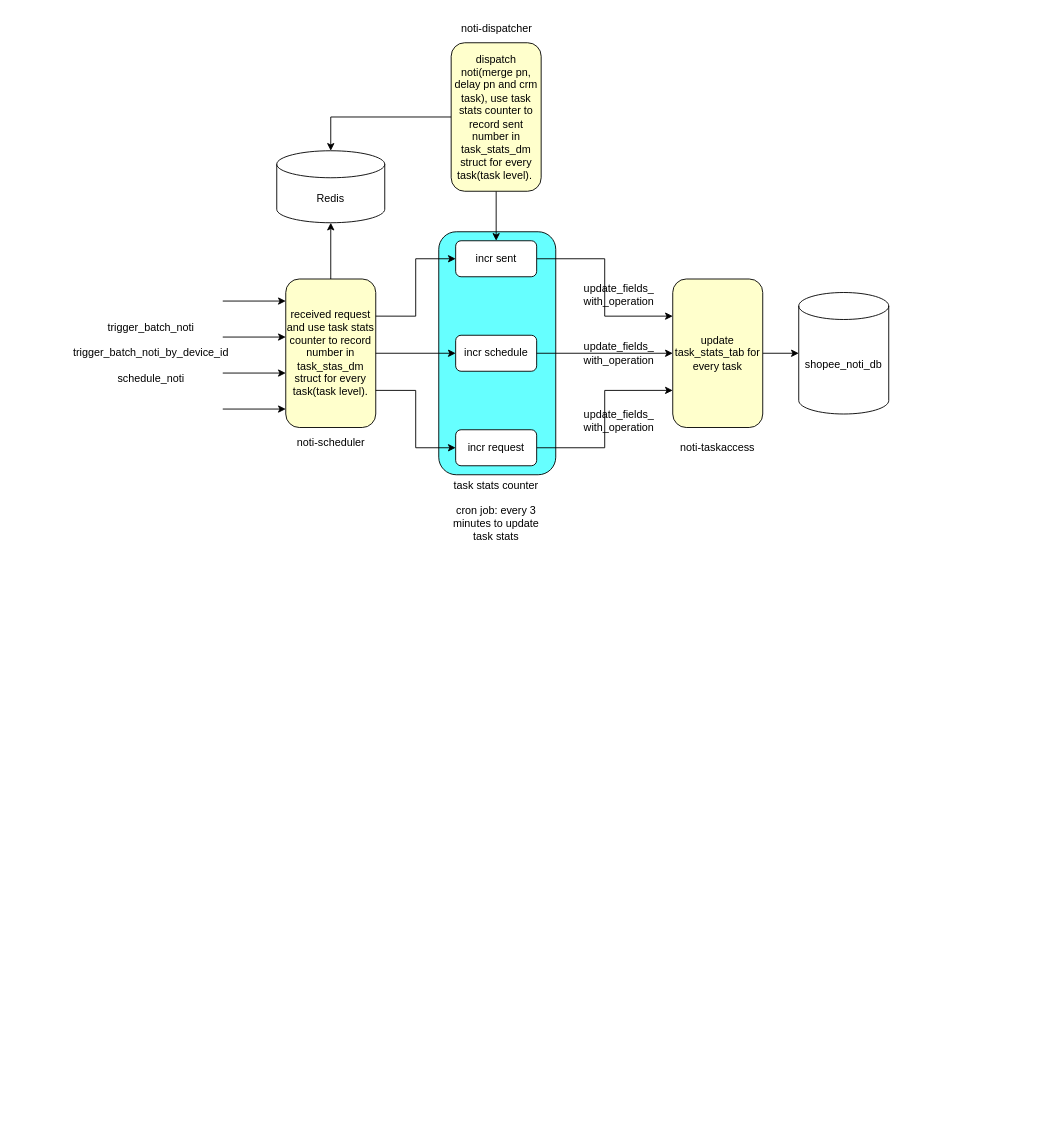
This is task stats work flow.drawio from zzw55486402/20200626, a draw.io file, before an edit. Source tidied: cells renumbered, new cells numbered last; positions are measured from the earlier drawing's top-left corner, leaving out a move shared by most shapes. Both pictures are drawn from the tidied source at 90%, with x=0, y=0 at pixel (60, 15).
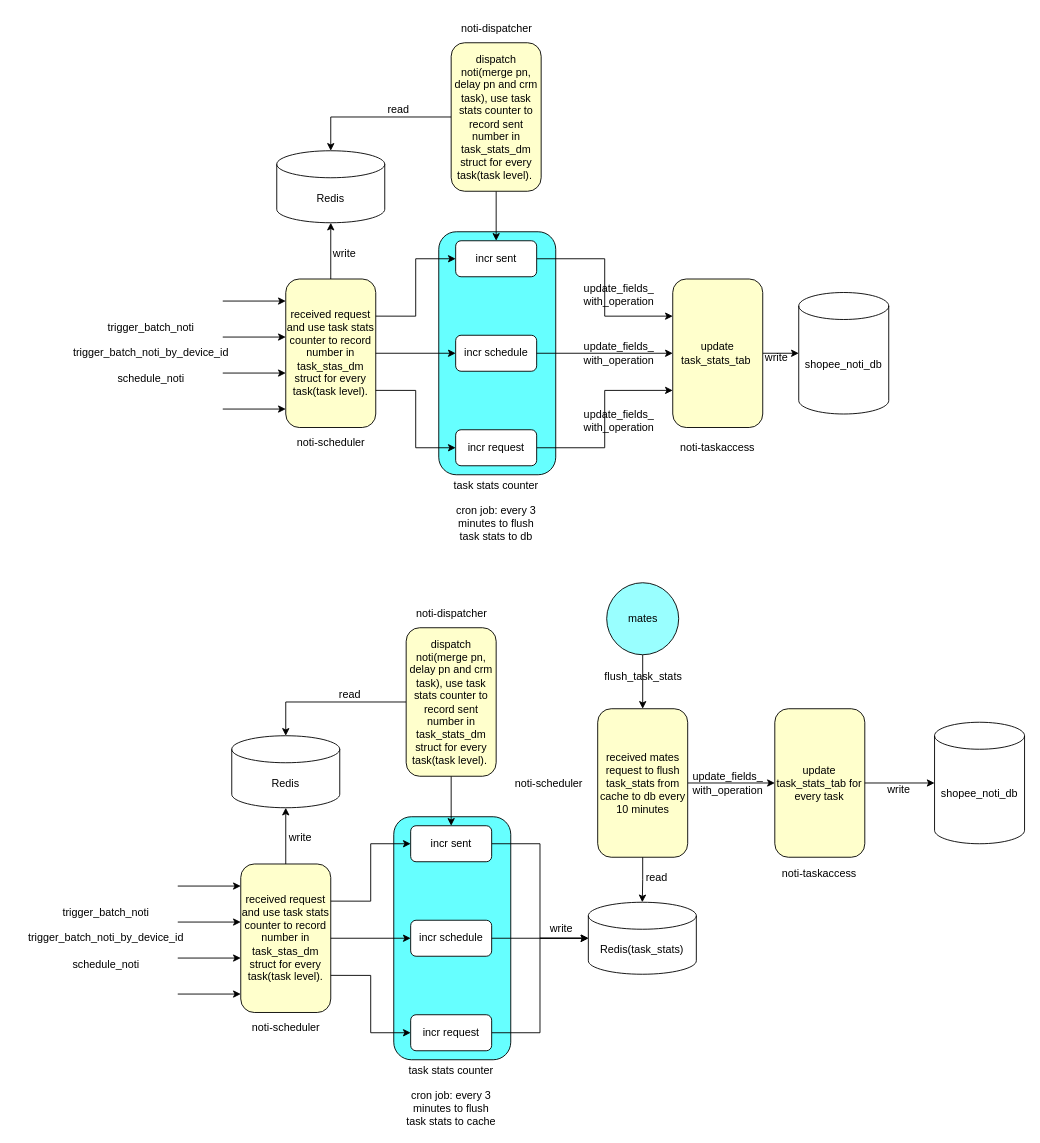
The same diagram, later.

The edit, as a diff of the source:
```diff
@@
-    <mxCell id="14" value="task stats counter&lt;br&gt;&lt;br&gt;cron job: every 3 minutes to update task stats" style="text;html=1;strokeColor=none;fillColor=none;align=center;verticalAlign=middle;whiteSpace=wrap;rounded=0;" parent="1" vertex="1">
+    <mxCell id="14" value="task stats counter&lt;br&gt;&lt;br&gt;cron job: every 3 minutes to flush task stats to db" style="text;html=1;strokeColor=none;fillColor=none;align=center;verticalAlign=middle;whiteSpace=wrap;rounded=0;" parent="1" vertex="1">
       <mxGeometry x="430" y="520" width="107.5" height="60" as="geometry" />
     </mxCell>
@@
-    <mxCell id="27" value="update task_stats_tab for every task" style="rounded=1;whiteSpace=wrap;html=1;fillColor=#FFFFCC;" parent="1" vertex="1">
+    <mxCell id="27" value="update task_stats_tab&amp;nbsp;" style="rounded=1;whiteSpace=wrap;html=1;fillColor=#FFFFCC;" parent="1" vertex="1">
       <mxGeometry x="680" y="292.5" width="100" height="165" as="geometry" />
     </mxCell>
@@
+    <mxCell id="33" value="received request and use task stats counter to record number in task_stas_dm struct for every task(task level)." style="rounded=1;whiteSpace=wrap;html=1;fillColor=#FFFFCC;" parent="1" vertex="1">
+      <mxGeometry x="200" y="942.5" width="100" height="165" as="geometry" />
+    </mxCell>
+    <mxCell id="34" value="noti-scheduler" style="text;html=1;align=center;verticalAlign=middle;strokeColor=none;fillColor=none;" parent="1" vertex="1">
+      <mxGeometry x="200" y="1110" width="100" height="30" as="geometry" />
+    </mxCell>
+    <mxCell id="35" value="noti-dispatcher" style="text;html=1;align=center;verticalAlign=middle;strokeColor=none;fillColor=none;" parent="1" vertex="1">
+      <mxGeometry x="383.8" y="650" width="100" height="30" as="geometry" />
+    </mxCell>
+    <mxCell id="36" style="endArrow=classic;html=1;rounded=0;" parent="1" edge="1">
+      <mxGeometry relative="1" as="geometry">
+        <mxPoint x="130" y="1047" as="sourcePoint" />
+        <mxPoint x="200" y="1047" as="targetPoint" />
+      </mxGeometry>
+    </mxCell>
+    <mxCell id="37" style="endArrow=classic;html=1;rounded=0;" parent="1" edge="1">
+      <mxGeometry relative="1" as="geometry">
+        <mxPoint x="130" y="1087" as="sourcePoint" />
+        <mxPoint x="200" y="1087" as="targetPoint" />
+      </mxGeometry>
+    </mxCell>
+    <mxCell id="38" style="endArrow=classic;html=1;rounded=0;" parent="1" edge="1">
+      <mxGeometry relative="1" as="geometry">
+        <mxPoint x="130" y="967" as="sourcePoint" />
+        <mxPoint x="200" y="967" as="targetPoint" />
+      </mxGeometry>
+    </mxCell>
+    <mxCell id="39" style="endArrow=classic;html=1;rounded=0;" parent="1" edge="1">
+      <mxGeometry relative="1" as="geometry">
+        <mxPoint x="130" y="1007" as="sourcePoint" />
+        <mxPoint x="200" y="1007" as="targetPoint" />
+      </mxGeometry>
+    </mxCell>
+    <mxCell id="40" value="trigger_batch_noti&lt;br&gt;&lt;br&gt;trigger_batch_noti_by_device_id&lt;br&gt;&lt;br&gt;schedule_noti" style="text;html=1;align=center;verticalAlign=middle;strokeColor=none;fillColor=none;" parent="1" vertex="1">
+      <mxGeometry x="-50" y="980" width="200" height="90" as="geometry" />
+    </mxCell>
+    <mxCell id="41" style="rounded=1;whiteSpace=wrap;html=1;fillColor=#66FFFF;" parent="1" vertex="1">
+      <mxGeometry x="370" y="890" width="130" height="270" as="geometry" />
+    </mxCell>
+    <mxCell id="42" value="task stats counter&lt;br&gt;&lt;br&gt;cron job: every 3 minutes to flush task stats to cache" style="text;html=1;strokeColor=none;fillColor=none;align=center;verticalAlign=middle;whiteSpace=wrap;rounded=0;" parent="1" vertex="1">
+      <mxGeometry x="380" y="1170" width="107.5" height="60" as="geometry" />
+    </mxCell>
+    <mxCell id="43" style="edgeStyle=orthogonalEdgeStyle;rounded=0;jettySize=auto;html=1;exitX=1;exitY=0.5;exitDx=0;exitDy=0;entryX=0;entryY=0.5;entryDx=0;entryDy=0;entryPerimeter=0;" parent="1" edge="1" source="44" target="57">
+      <mxGeometry relative="1" as="geometry" />
+    </mxCell>
+    <mxCell id="44" value="incr sent" style="rounded=1;whiteSpace=wrap;html=1;" parent="1" vertex="1">
+      <mxGeometry x="388.8" y="900" width="90" height="40" as="geometry" />
+    </mxCell>
+    <mxCell id="45" value="incr schedule" style="rounded=1;whiteSpace=wrap;html=1;" parent="1" vertex="1">
+      <mxGeometry x="388.8" y="1005" width="90" height="40" as="geometry" />
+    </mxCell>
+    <mxCell id="46" style="edgeStyle=orthogonalEdgeStyle;rounded=0;jettySize=auto;html=1;exitX=1;exitY=0.5;exitDx=0;exitDy=0;entryX=0;entryY=0.5;entryDx=0;entryDy=0;entryPerimeter=0;" parent="1" edge="1" source="47" target="57">
+      <mxGeometry relative="1" as="geometry" />
+    </mxCell>
+    <mxCell id="47" value="incr request" style="rounded=1;whiteSpace=wrap;html=1;" parent="1" vertex="1">
+      <mxGeometry x="388.8" y="1110" width="90" height="40" as="geometry" />
+    </mxCell>
+    <mxCell id="48" style="endArrow=classic;html=1;rounded=0;exitX=1;exitY=0.5;exitDx=0;exitDy=0;entryX=0;entryY=0.5;entryDx=0;entryDy=0;entryPerimeter=0;" parent="1" edge="1" source="45" target="57">
+      <mxGeometry relative="1" as="geometry" />
+    </mxCell>
+    <mxCell id="49" value="Redis" style="shape=cylinder3;whiteSpace=wrap;html=1;boundedLbl=1;backgroundOutline=1;size=15;" parent="1" vertex="1">
+      <mxGeometry x="190" y="800" width="120" height="80" as="geometry" />
+    </mxCell>
+    <mxCell id="50" style="edgeStyle=orthogonalEdgeStyle;rounded=0;jettySize=auto;html=1;exitX=0.5;exitY=0;exitDx=0;exitDy=0;entryX=0.5;entryY=1;entryDx=0;entryDy=0;entryPerimeter=0;" parent="1" edge="1" source="33" target="49">
+      <mxGeometry relative="1" as="geometry" />
+    </mxCell>
+    <mxCell id="51" style="edgeStyle=orthogonalEdgeStyle;rounded=0;jettySize=auto;html=1;exitX=0;exitY=0.5;exitDx=0;exitDy=0;entryX=0.5;entryY=0;entryDx=0;entryDy=0;entryPerimeter=0;" parent="1" edge="1" source="53" target="49">
+      <mxGeometry relative="1" as="geometry" />
+    </mxCell>
+    <mxCell id="52" style="edgeStyle=orthogonalEdgeStyle;rounded=0;jettySize=auto;html=1;exitX=0.5;exitY=1;exitDx=0;exitDy=0;" parent="1" edge="1" source="53" target="44">
+      <mxGeometry relative="1" as="geometry" />
+    </mxCell>
+    <mxCell id="53" value="dispatch noti(merge pn, delay pn and crm task), use task stats counter to record sent number in task_stats_dm struct for every task(task level).&amp;nbsp;" style="rounded=1;whiteSpace=wrap;html=1;fillColor=#FFFFCC;" parent="1" vertex="1">
+      <mxGeometry x="383.8" y="680" width="100" height="165" as="geometry" />
+    </mxCell>
+    <mxCell id="54" style="edgeStyle=orthogonalEdgeStyle;rounded=0;jettySize=auto;html=1;exitX=1;exitY=0.25;exitDx=0;exitDy=0;entryX=0;entryY=0.5;entryDx=0;entryDy=0;" parent="1" edge="1" source="33" target="44">
+      <mxGeometry relative="1" as="geometry" />
+    </mxCell>
+    <mxCell id="55" style="edgeStyle=orthogonalEdgeStyle;rounded=0;jettySize=auto;html=1;exitX=1;exitY=0.75;exitDx=0;exitDy=0;entryX=0;entryY=0.5;entryDx=0;entryDy=0;" parent="1" edge="1" source="33" target="47">
+      <mxGeometry relative="1" as="geometry" />
+    </mxCell>
+    <mxCell id="56" style="edgeStyle=orthogonalEdgeStyle;rounded=0;jettySize=auto;html=1;exitX=1;exitY=0.5;exitDx=0;exitDy=0;entryX=0;entryY=0.5;entryDx=0;entryDy=0;" parent="1" edge="1" source="33" target="45">
+      <mxGeometry relative="1" as="geometry" />
+    </mxCell>
+    <mxCell id="57" value="Redis(task_stats)" style="shape=cylinder3;whiteSpace=wrap;html=1;boundedLbl=1;backgroundOutline=1;size=15;" parent="1" vertex="1">
+      <mxGeometry x="586.2" y="985" width="120" height="80" as="geometry" />
+    </mxCell>
+    <mxCell id="58" style="edgeStyle=orthogonalEdgeStyle;rounded=0;jettySize=auto;html=1;exitX=1;exitY=0.5;exitDx=0;exitDy=0;entryX=0;entryY=0.5;entryDx=0;entryDy=0;" parent="1" edge="1" source="59" target="71">
+      <mxGeometry relative="1" as="geometry" />
+    </mxCell>
+    <mxCell id="59" value="received mates request to flush task_stats from cache to db every 10 minutes" style="rounded=1;whiteSpace=wrap;html=1;fillColor=#FFFFCC;" parent="1" vertex="1">
+      <mxGeometry x="596.6" y="770" width="100" height="165" as="geometry" />
+    </mxCell>
+    <mxCell id="60" value="noti-scheduler" style="text;html=1;align=center;verticalAlign=middle;strokeColor=none;fillColor=none;" parent="1" vertex="1">
+      <mxGeometry x="491.6" y="837.5" width="100" height="30" as="geometry" />
+    </mxCell>
+    <mxCell id="61" value="flush_task_stats" style="text;html=1;align=center;verticalAlign=middle;strokeColor=none;fillColor=none;" parent="1" vertex="1">
+      <mxGeometry x="591.6" y="720" width="110" height="30" as="geometry" />
+    </mxCell>
+    <mxCell id="62" style="edgeStyle=orthogonalEdgeStyle;rounded=0;jettySize=auto;html=1;exitX=0.5;exitY=1;exitDx=0;exitDy=0;" parent="1" edge="1" source="63" target="59">
+      <mxGeometry relative="1" as="geometry" />
+    </mxCell>
+    <mxCell id="63" value="mates" style="ellipse;whiteSpace=wrap;html=1;fillColor=#99FFFF;" parent="1" vertex="1">
+      <mxGeometry x="606.6" y="630" width="80" height="80" as="geometry" />
+    </mxCell>
+    <mxCell id="64" value="write" style="text;html=1;align=center;verticalAlign=middle;strokeColor=none;fillColor=none;" parent="1" vertex="1">
+      <mxGeometry x="531.2" y="1000" width="50" height="30" as="geometry" />
+    </mxCell>
+    <mxCell id="65" value="write" style="text;html=1;align=center;verticalAlign=middle;strokeColor=none;fillColor=none;" parent="1" vertex="1">
+      <mxGeometry x="241.2" y="898" width="50" height="30" as="geometry" />
+    </mxCell>
+    <mxCell id="66" value="read" style="text;html=1;align=center;verticalAlign=middle;strokeColor=none;fillColor=none;" parent="1" vertex="1">
+      <mxGeometry x="296.2" y="740" width="50" height="30" as="geometry" />
+    </mxCell>
+    <mxCell id="67" value="write" style="text;html=1;align=center;verticalAlign=middle;strokeColor=none;fillColor=none;" parent="1" vertex="1">
+      <mxGeometry x="290" y="250" width="50" height="30" as="geometry" />
+    </mxCell>
+    <mxCell id="68" value="read" style="text;html=1;align=center;verticalAlign=middle;strokeColor=none;fillColor=none;" parent="1" vertex="1">
+      <mxGeometry x="350" y="90" width="50" height="30" as="geometry" />
+    </mxCell>
+    <mxCell id="69" value="write" style="text;html=1;align=center;verticalAlign=middle;strokeColor=none;fillColor=none;" parent="1" vertex="1">
+      <mxGeometry x="770" y="365" width="50" height="30" as="geometry" />
+    </mxCell>
+    <mxCell id="70" value="shopee_noti_db" style="shape=cylinder3;whiteSpace=wrap;html=1;boundedLbl=1;backgroundOutline=1;size=15;" parent="1" vertex="1">
+      <mxGeometry x="970.9" y="785" width="100" height="135" as="geometry" />
+    </mxCell>
+    <mxCell id="71" value="update task_stats_tab for every task" style="rounded=1;whiteSpace=wrap;html=1;fillColor=#FFFFCC;" parent="1" vertex="1">
+      <mxGeometry x="793.4" y="770" width="100" height="165" as="geometry" />
+    </mxCell>
+    <mxCell id="72" style="edgeStyle=orthogonalEdgeStyle;rounded=0;jettySize=auto;html=1;exitX=1;exitY=0.5;exitDx=0;exitDy=0;entryX=0;entryY=0.5;entryDx=0;entryDy=0;entryPerimeter=0;" parent="1" edge="1" source="71" target="70">
+      <mxGeometry relative="1" as="geometry" />
+    </mxCell>
+    <mxCell id="73" value="write" style="text;html=1;align=center;verticalAlign=middle;strokeColor=none;fillColor=none;" parent="1" vertex="1">
+      <mxGeometry x="906.2" y="845" width="50" height="30" as="geometry" />
+    </mxCell>
+    <mxCell id="74" value="update_fields_&lt;br&gt;with_operation" style="text;html=1;align=center;verticalAlign=middle;strokeColor=none;fillColor=none;" parent="1" vertex="1">
+      <mxGeometry x="690.9" y="832.5" width="100" height="40" as="geometry" />
+    </mxCell>
+    <mxCell id="75" value="noti-taskaccess" style="text;html=1;strokeColor=none;fillColor=none;align=center;verticalAlign=middle;whiteSpace=wrap;rounded=0;" parent="1" vertex="1">
+      <mxGeometry x="798.4" y="937.5" width="90" height="30" as="geometry" />
+    </mxCell>
+    <mxCell id="76" style="edgeStyle=orthogonalEdgeStyle;rounded=0;jettySize=auto;html=1;exitX=0.5;exitY=1;exitDx=0;exitDy=0;entryX=0.5;entryY=0;entryDx=0;entryDy=0;entryPerimeter=0;" parent="1" edge="1" source="59" target="57">
+      <mxGeometry relative="1" as="geometry" />
+    </mxCell>
+    <mxCell id="77" value="read" style="text;html=1;align=center;verticalAlign=middle;strokeColor=none;fillColor=none;" parent="1" vertex="1">
+      <mxGeometry x="636.6" y="942.5" width="50" height="30" as="geometry" />
+    </mxCell>
```
